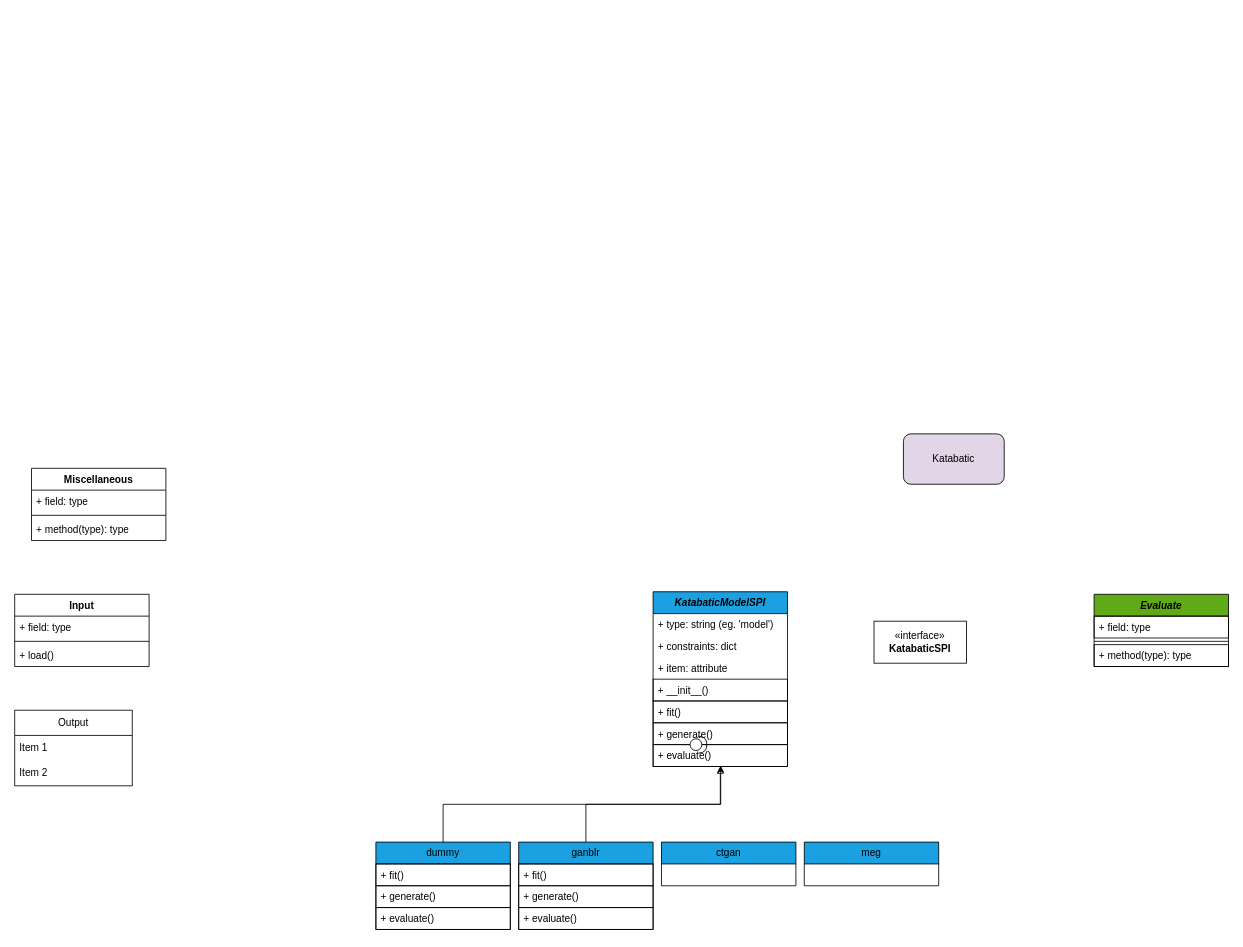
Before: Katabatic.drawio in dfatpnuk/katabatic, a draw.io diagram. Source tidied: cells renumbered, new cells numbered last; positions are measured from the earlier drawing's top-left corner, leaving out a move shared by most shapes. Both pictures are drawn from the tidied source at 84%, with x=0, y=0 at pixel (14, 433).
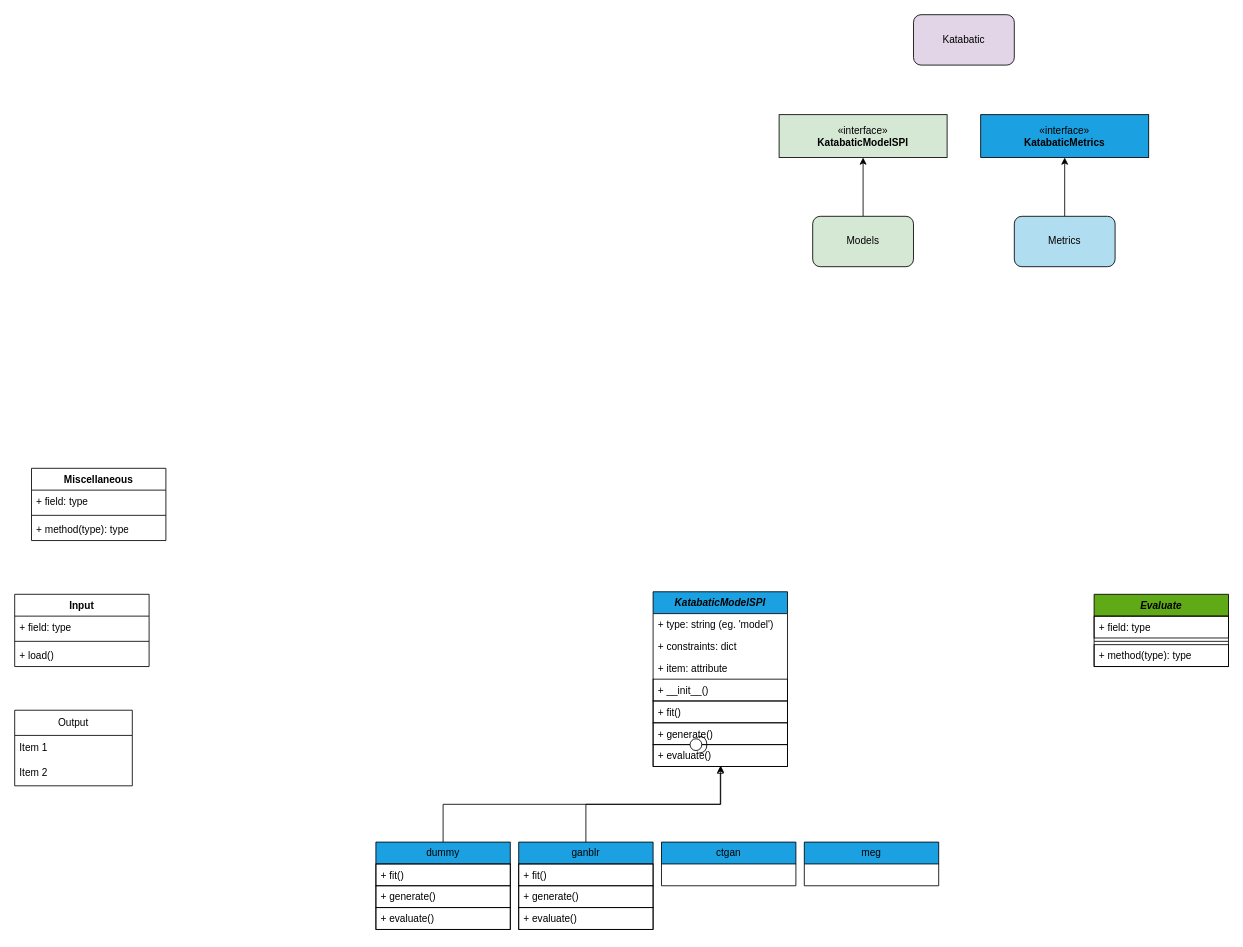
After the change.

Diff of the diagram source:
```diff
@@
     <mxCell id="2" value="Katabatic" style="rounded=1;whiteSpace=wrap;html=1;fillColor=#e1d5e7;strokeColor=#000000;fontColor=#000000;" parent="1" vertex="1">
-      <mxGeometry x="1058" width="120" height="60" as="geometry" />
+      <mxGeometry x="1070" y="-499" width="120" height="60" as="geometry" />
     </mxCell>
@@
-    <mxCell id="38" value="«interface»&lt;br&gt;&lt;b&gt;KatabaticSPI&lt;/b&gt;" style="html=1;whiteSpace=wrap;" parent="1" vertex="1">
-      <mxGeometry x="1023" y="223" width="110" height="50" as="geometry" />
+    <mxCell id="38" value="«interface»&lt;br&gt;&lt;b&gt;KatabaticModelSPI&lt;/b&gt;" style="html=1;whiteSpace=wrap;fillColor=#d5e8d4;strokeColor=#000000;fontColor=#000000;" parent="1" vertex="1">
+      <mxGeometry x="910" y="-380" width="200" height="51" as="geometry" />
     </mxCell>
@@
+    <mxCell id="40" style="edgeStyle=orthogonalEdgeStyle;rounded=0;jettySize=auto;html=1;strokeColor=#000000;" parent="1" edge="1" source="41" target="38">
+      <mxGeometry relative="1" as="geometry" />
+    </mxCell>
+    <mxCell id="41" value="Models" style="rounded=1;whiteSpace=wrap;html=1;fillColor=#d5e8d4;strokeColor=#000000;fontColor=#000000;" parent="1" vertex="1">
+      <mxGeometry x="950" y="-259" width="120" height="60" as="geometry" />
+    </mxCell>
+    <mxCell id="42" style="edgeStyle=orthogonalEdgeStyle;rounded=0;jettySize=auto;html=1;exitX=0.5;exitY=0;exitDx=0;exitDy=0;strokeColor=#000000;" parent="1" edge="1" source="43" target="44">
+      <mxGeometry relative="1" as="geometry" />
+    </mxCell>
+    <mxCell id="43" value="Metrics" style="rounded=1;whiteSpace=wrap;html=1;fillColor=#b1ddf0;strokeColor=#000000;fontColor=#000000;" parent="1" vertex="1">
+      <mxGeometry x="1190" y="-259" width="120" height="60" as="geometry" />
+    </mxCell>
+    <mxCell id="44" value="«interface»&lt;br&gt;&lt;b&gt;KatabaticMetrics&lt;/b&gt;" style="html=1;whiteSpace=wrap;fillColor=#1ba1e2;fontColor=#000000;strokeColor=#000000;" parent="1" vertex="1">
+      <mxGeometry x="1150" y="-380" width="200" height="51" as="geometry" />
+    </mxCell>
```
